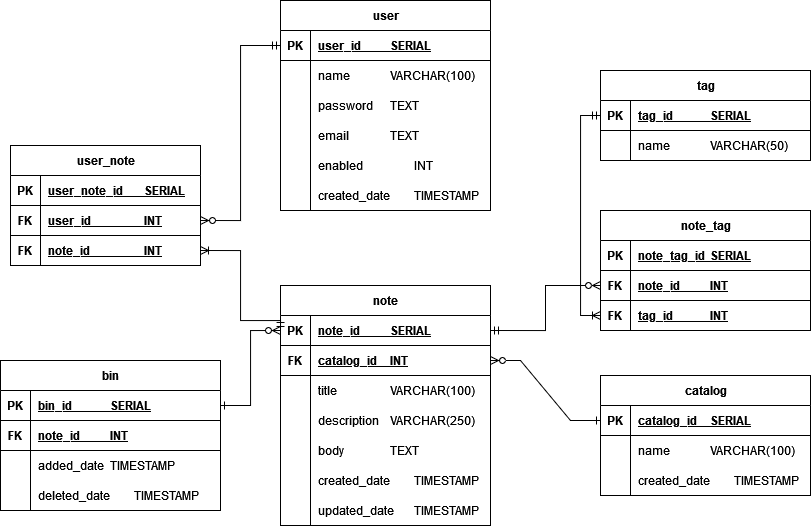
This is DB/ERD-diagram.drawio.png from Tomasz-Zdeb/Software-Engineering-Class-Project, a draw.io export, as it was before one commit. Source tidied: cells renumbered, new cells last; positions are measured from the earlier drawing's top-left corner, leaving out a move shared by most shapes.
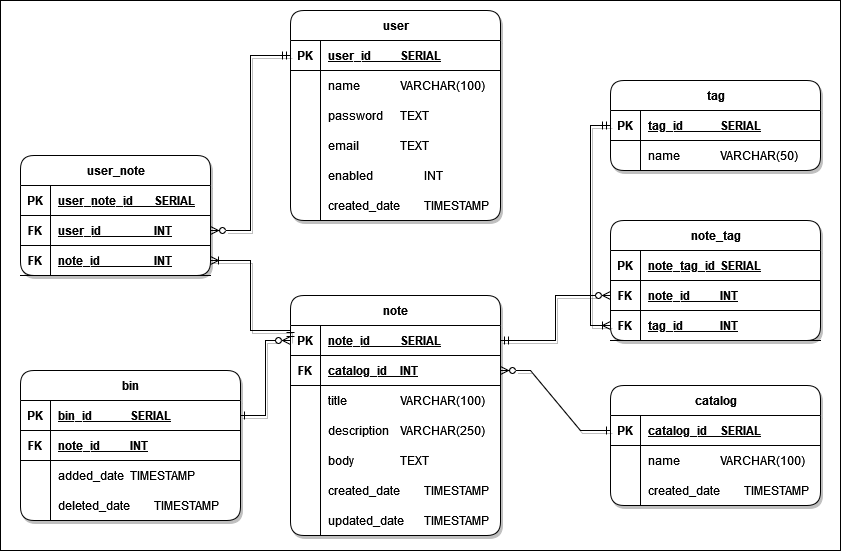
After the commit.

Commit message:
Opaque background added to ERD

Change to the diagram source:
```diff
@@ -2,7 +2,10 @@
   <root>
     <mxCell id="0" />
     <mxCell id="1" parent="0" />
+    <mxCell id="99" style="rounded=0;whiteSpace=wrap;html=1;" parent="1" vertex="1">
+      <mxGeometry x="-10" y="-10" width="840" height="550" as="geometry" />
+    </mxCell>
-    <mxCell id="2" value="user" style="shape=table;startSize=30;rowLines=0;fontStyle=1;align=center;html=1;" parent="1" vertex="1">
+    <mxCell id="2" value="user" style="shape=table;startSize=30;rowLines=0;fontStyle=1;align=center;html=1;rounded=1;shadow=1;fillColor=#FFFFFF;gradientColor=none;swimlaneFillColor=default;" parent="1" vertex="1">
       <mxGeometry x="280" width="210" height="210" as="geometry" />
     </mxCell>
     <mxCell id="3" style="shape=tableRow;horizontal=0;startSize=0;swimlaneHead=0;swimlaneBody=0;fillColor=none;points=[[0,0.5],[1,0.5]];portConstraint=eastwest;top=0;left=0;right=0;bottom=1;" parent="2" vertex="1">
@@ -59,7 +62,7 @@
     <mxCell id="20" value="&lt;div align=&quot;justify&quot;&gt;created_date&lt;span style=&quot;white-space: pre;&quot;&gt;&#9;&lt;/span&gt;TIMESTAMP&lt;/div&gt;" style="shape=partialRectangle;fillColor=none;top=0;left=0;bottom=0;right=0;align=left;spacingLeft=6;overflow=hidden;whiteSpace=wrap;html=1;" parent="18" vertex="1">
       <mxGeometry x="30" width="180" height="30" as="geometry" />
     </mxCell>
-    <mxCell id="21" value="note" style="shape=table;startSize=30;rowLines=0;fontStyle=1;align=center;html=1;" parent="1" vertex="1">
+    <mxCell id="21" value="note" style="shape=table;startSize=30;rowLines=0;fontStyle=1;align=center;html=1;rounded=1;shadow=1;swimlaneFillColor=default;" parent="1" vertex="1">
       <mxGeometry x="280" y="285" width="210" height="240" as="geometry" />
     </mxCell>
     <mxCell id="22" style="shape=tableRow;horizontal=0;startSize=0;swimlaneHead=0;swimlaneBody=0;fillColor=none;points=[[0,0.5],[1,0.5]];portConstraint=eastwest;top=0;left=0;right=0;bottom=1;" parent="21" vertex="1">
@@ -125,7 +128,7 @@
     <mxCell id="42" value="updated_date&lt;span style=&quot;white-space: pre;&quot;&gt;&#9;&lt;/span&gt;TIMESTAMP" style="shape=partialRectangle;fillColor=none;top=0;left=0;bottom=0;right=0;align=left;spacingLeft=6;overflow=hidden;whiteSpace=wrap;html=1;" parent="40" vertex="1">
       <mxGeometry x="30" width="180" height="30" as="geometry" />
     </mxCell>
-    <mxCell id="43" value="tag" style="shape=table;startSize=30;rowLines=0;fontStyle=1;align=center;html=1;" parent="1" vertex="1">
+    <mxCell id="43" value="tag" style="shape=table;startSize=30;rowLines=0;fontStyle=1;align=center;html=1;shadow=1;rounded=1;swimlaneFillColor=default;" parent="1" vertex="1">
       <mxGeometry x="600" y="70" width="210" height="90" as="geometry" />
     </mxCell>
     <mxCell id="44" style="shape=tableRow;horizontal=0;startSize=0;swimlaneHead=0;swimlaneBody=0;fillColor=none;points=[[0,0.5],[1,0.5]];portConstraint=eastwest;top=0;left=0;right=0;bottom=1;" parent="43" vertex="1">
@@ -146,7 +149,7 @@
     <mxCell id="49" value="name&lt;span style=&quot;white-space: pre;&quot;&gt;&#9;&lt;/span&gt;&lt;span style=&quot;white-space: pre;&quot;&gt;&#9;&lt;/span&gt;VARCHAR(50)" style="shape=partialRectangle;fillColor=none;top=0;left=0;bottom=0;right=0;align=left;spacingLeft=6;overflow=hidden;whiteSpace=wrap;html=1;" parent="47" vertex="1">
       <mxGeometry x="30" width="180" height="30" as="geometry" />
     </mxCell>
-    <mxCell id="50" value="note_tag" style="shape=table;startSize=30;rowLines=0;fontStyle=1;align=center;html=1;" parent="1" vertex="1">
+    <mxCell id="50" value="note_tag" style="shape=table;startSize=30;rowLines=0;fontStyle=1;align=center;html=1;rounded=1;shadow=1;swimlaneFillColor=default;" parent="1" vertex="1">
       <mxGeometry x="600" y="210" width="210" height="120" as="geometry" />
     </mxCell>
     <mxCell id="51" style="shape=tableRow;horizontal=0;startSize=0;swimlaneHead=0;swimlaneBody=0;fillColor=none;top=0;left=0;right=0;bottom=1;" parent="50" vertex="1">
@@ -176,7 +179,7 @@
     <mxCell id="59" value="tag_id&lt;span style=&quot;white-space: pre;&quot;&gt;&#9;&lt;/span&gt;&lt;span style=&quot;white-space: pre;&quot;&gt;&#9;&lt;/span&gt;INT" style="shape=partialRectangle;fillColor=none;top=0;left=0;bottom=0;right=0;align=left;spacingLeft=6;fontStyle=5;overflow=hidden;whiteSpace=wrap;html=1;" parent="57" vertex="1">
       <mxGeometry x="30" width="180" height="30" as="geometry" />
     </mxCell>
-    <mxCell id="60" value="user_note" style="shape=table;startSize=30;rowLines=0;fontStyle=1;align=center;html=1;" parent="1" vertex="1">
+    <mxCell id="60" value="user_note" style="shape=table;startSize=30;rowLines=0;fontStyle=1;align=center;html=1;rounded=1;shadow=1;swimlaneFillColor=default;" parent="1" vertex="1">
       <mxGeometry x="10" y="145" width="190" height="120" as="geometry" />
     </mxCell>
     <mxCell id="61" style="shape=tableRow;horizontal=0;startSize=0;swimlaneHead=0;swimlaneBody=0;fillColor=none;top=0;left=0;right=0;bottom=1;" parent="60" vertex="1">
@@ -206,13 +209,13 @@
     <mxCell id="69" value="note_id&lt;span style=&quot;white-space: pre;&quot;&gt;&#9;&lt;/span&gt;&lt;span style=&quot;white-space: pre;&quot;&gt;&#9;&lt;/span&gt;&lt;span style=&quot;white-space: pre;&quot;&gt;&#9;&lt;/span&gt;INT" style="shape=partialRectangle;fillColor=none;top=0;left=0;bottom=0;right=0;align=left;spacingLeft=6;fontStyle=5;overflow=hidden;whiteSpace=wrap;html=1;" parent="67" vertex="1">
       <mxGeometry x="30" width="160" height="30" as="geometry" />
     </mxCell>
-    <mxCell id="70" style="edgeStyle=orthogonalEdgeStyle;rounded=0;jettySize=auto;html=1;exitX=0;exitY=0.5;exitDx=0;exitDy=0;entryX=0;entryY=0.5;entryDx=0;entryDy=0;endArrow=ERoneToMany;endFill=0;startArrow=ERmandOne;startFill=0;" parent="1" edge="1" source="44" target="57">
+    <mxCell id="70" style="edgeStyle=orthogonalEdgeStyle;rounded=0;jettySize=auto;html=1;exitX=0;exitY=0.5;exitDx=0;exitDy=0;entryX=0;entryY=0.5;entryDx=0;entryDy=0;endArrow=ERoneToMany;endFill=0;startArrow=ERmandOne;startFill=0;shadow=1;" parent="1" edge="1" source="44" target="57">
       <mxGeometry relative="1" as="geometry" />
     </mxCell>
-    <mxCell id="71" style="edgeStyle=orthogonalEdgeStyle;rounded=0;jettySize=auto;html=1;exitX=0;exitY=0.5;exitDx=0;exitDy=0;entryX=1;entryY=0.5;entryDx=0;entryDy=0;endArrow=ERzeroToMany;endFill=0;startArrow=ERmandOne;startFill=0;" parent="1" edge="1" source="3" target="64">
+    <mxCell id="71" style="edgeStyle=orthogonalEdgeStyle;rounded=0;jettySize=auto;html=1;exitX=0;exitY=0.5;exitDx=0;exitDy=0;entryX=1;entryY=0.5;entryDx=0;entryDy=0;endArrow=ERzeroToMany;endFill=0;startArrow=ERmandOne;startFill=0;shadow=1;" parent="1" edge="1" source="3" target="64">
       <mxGeometry relative="1" as="geometry" />
     </mxCell>
-    <mxCell id="72" style="edgeStyle=orthogonalEdgeStyle;rounded=0;jettySize=auto;html=1;exitX=1;exitY=0.5;exitDx=0;exitDy=0;entryX=0;entryY=0.5;entryDx=0;entryDy=0;startArrow=ERoneToMany;startFill=0;endArrow=ERmandOne;endFill=0;" parent="1" edge="1" source="67" target="22">
+    <mxCell id="72" style="edgeStyle=orthogonalEdgeStyle;rounded=0;jettySize=auto;html=1;exitX=1;exitY=0.5;exitDx=0;exitDy=0;entryX=0;entryY=0.5;entryDx=0;entryDy=0;startArrow=ERoneToMany;startFill=0;endArrow=ERmandOne;endFill=0;shadow=1;" parent="1" edge="1" source="67" target="22">
       <mxGeometry relative="1" as="geometry">
         <Array as="points">
           <mxPoint x="240" y="250" />
@@ -221,11 +224,11 @@
         </Array>
       </mxGeometry>
     </mxCell>
-    <mxCell id="73" style="edgeStyle=orthogonalEdgeStyle;rounded=0;jettySize=auto;html=1;exitX=0;exitY=0.5;exitDx=0;exitDy=0;entryX=1;entryY=0.5;entryDx=0;entryDy=0;endArrow=ERmandOne;endFill=0;startArrow=ERzeroToMany;startFill=0;" parent="1" edge="1" source="54" target="22">
+    <mxCell id="73" style="edgeStyle=orthogonalEdgeStyle;rounded=0;jettySize=auto;html=1;exitX=0;exitY=0.5;exitDx=0;exitDy=0;entryX=1;entryY=0.5;entryDx=0;entryDy=0;endArrow=ERmandOne;endFill=0;startArrow=ERzeroToMany;startFill=0;shadow=1;" parent="1" edge="1" source="54" target="22">
       <mxGeometry relative="1" as="geometry" />
     </mxCell>
-    <mxCell id="74" value="bin" style="shape=table;startSize=30;rowLines=0;fontStyle=1;align=center;html=1;" parent="1" vertex="1">
-      <mxGeometry y="360" width="220" height="150" as="geometry" />
+    <mxCell id="74" value="bin" style="shape=table;startSize=30;rowLines=0;fontStyle=1;align=center;html=1;rounded=1;shadow=1;swimlaneFillColor=default;" parent="1" vertex="1">
+      <mxGeometry x="10" y="360" width="220" height="150" as="geometry" />
     </mxCell>
     <mxCell id="75" style="shape=tableRow;horizontal=0;startSize=0;swimlaneHead=0;swimlaneBody=0;fillColor=none;points=[[0,0.5],[1,0.5]];portConstraint=eastwest;top=0;left=0;right=0;bottom=1;" parent="74" vertex="1">
       <mxGeometry y="30" width="220" height="30" as="geometry" />
@@ -263,7 +266,7 @@
     <mxCell id="86" value="&lt;div align=&quot;justify&quot;&gt;deleted_date &lt;span style=&quot;white-space: pre;&quot;&gt;&#9;&lt;/span&gt;TIMESTAMP&lt;/div&gt;" style="shape=partialRectangle;fillColor=none;top=0;left=0;bottom=0;right=0;align=left;spacingLeft=6;overflow=hidden;whiteSpace=wrap;html=1;" parent="84" vertex="1">
       <mxGeometry x="30" width="190" height="30" as="geometry" />
     </mxCell>
-    <mxCell id="87" value="catalog" style="shape=table;startSize=30;rowLines=0;fontStyle=1;align=center;html=1;" parent="1" vertex="1">
+    <mxCell id="87" value="catalog" style="shape=table;startSize=30;rowLines=0;fontStyle=1;align=center;html=1;rounded=1;shadow=1;swimlaneFillColor=default;" parent="1" vertex="1">
       <mxGeometry x="600" y="375" width="210" height="120" as="geometry" />
     </mxCell>
     <mxCell id="88" style="shape=tableRow;horizontal=0;startSize=0;swimlaneHead=0;swimlaneBody=0;fillColor=none;points=[[0,0.5],[1,0.5]];portConstraint=eastwest;top=0;left=0;right=0;bottom=1;" parent="87" vertex="1">
@@ -293,10 +296,10 @@
     <mxCell id="96" value="created_date&lt;span style=&quot;white-space: pre;&quot;&gt;&#9;&lt;/span&gt;TIMESTAMP" style="shape=partialRectangle;fillColor=none;top=0;left=0;bottom=0;right=0;align=left;spacingLeft=6;overflow=hidden;whiteSpace=wrap;html=1;" parent="94" vertex="1">
       <mxGeometry x="30" width="180" height="30" as="geometry" />
     </mxCell>
-    <mxCell id="97" style="edgeStyle=entityRelationEdgeStyle;fontSize=12;html=1;endArrow=ERone;rounded=0;entryX=0;entryY=0.5;entryDx=0;entryDy=0;exitX=1;exitY=0.5;exitDx=0;exitDy=0;endFill=0;startArrow=ERzeroToMany;startFill=0;" parent="1" edge="1" source="25" target="88">
+    <mxCell id="97" style="edgeStyle=entityRelationEdgeStyle;fontSize=12;html=1;endArrow=ERone;rounded=0;entryX=0;entryY=0.5;entryDx=0;entryDy=0;exitX=1;exitY=0.5;exitDx=0;exitDy=0;endFill=0;startArrow=ERzeroToMany;startFill=0;shadow=1;" parent="1" edge="1" source="25" target="88">
       <mxGeometry relative="1" as="geometry" />
     </mxCell>
-    <mxCell id="98" style="edgeStyle=orthogonalEdgeStyle;rounded=0;jettySize=auto;html=1;exitX=0;exitY=0.5;exitDx=0;exitDy=0;entryX=1;entryY=0.5;entryDx=0;entryDy=0;startArrow=ERzeroToMany;startFill=0;endArrow=ERone;endFill=0;" parent="1" edge="1" source="22" target="75">
+    <mxCell id="98" style="edgeStyle=orthogonalEdgeStyle;rounded=0;jettySize=auto;html=1;exitX=0;exitY=0.5;exitDx=0;exitDy=0;entryX=1;entryY=0.5;entryDx=0;entryDy=0;startArrow=ERzeroToMany;startFill=0;endArrow=ERone;endFill=0;shadow=1;" parent="1" edge="1" source="22" target="75">
       <mxGeometry relative="1" as="geometry" />
     </mxCell>
   </root>
```
